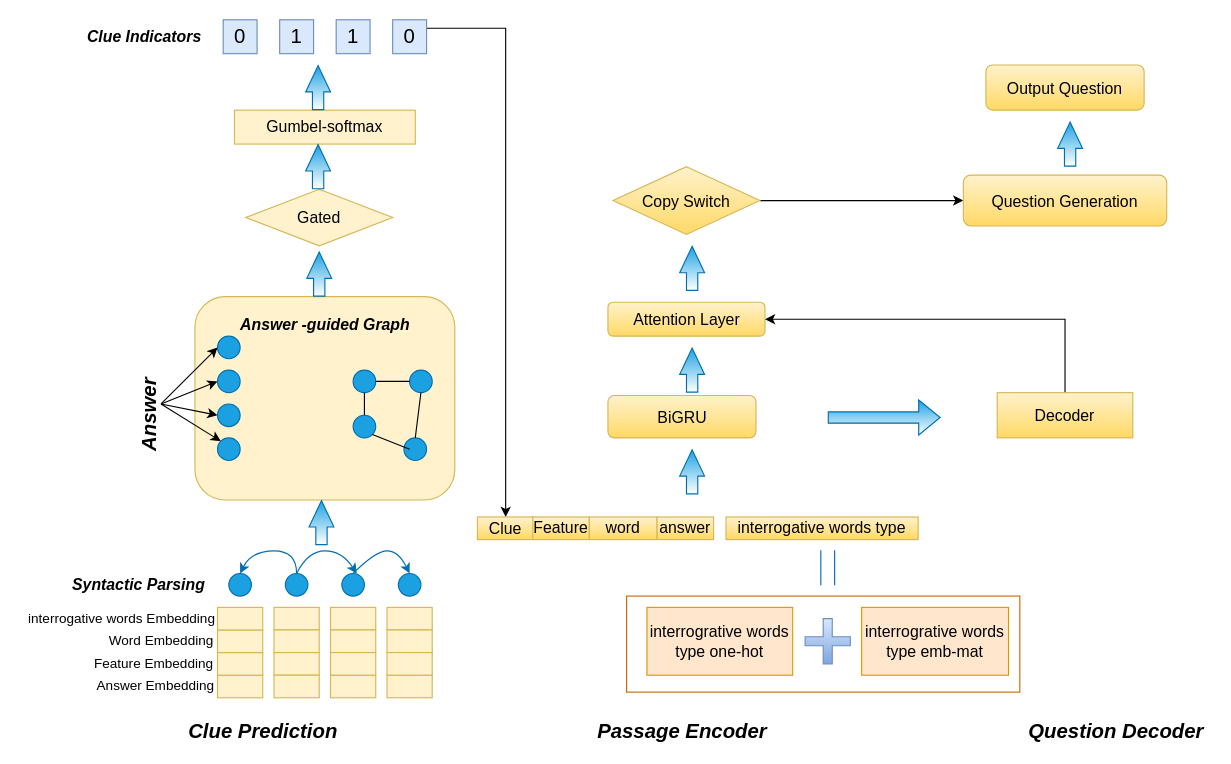
The draw.io diagram Untitled Diagram.drawio in ccut2014/-, before the edit. Source tidied: cells renumbered, new cells numbered last; positions are measured from the earlier drawing's top-left corner, leaving out a move shared by most shapes. Both pictures are drawn from the tidied source at 113%, with x=0, y=0 at pixel (19, 19).
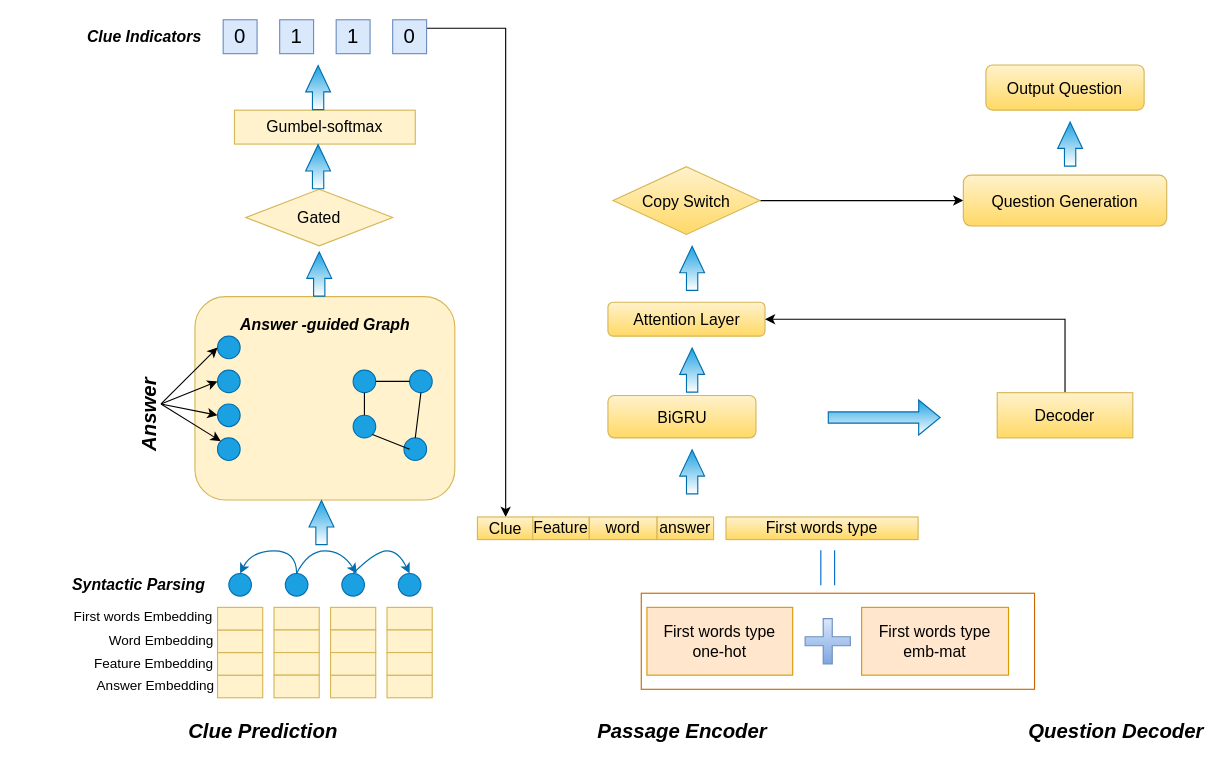
The same diagram, later.

The edit, as a diff of the source:
```diff
@@
-    <mxCell id="38" value="interrogative words Embedding" style="text;html=1;align=center;verticalAlign=middle;strokeColor=none;fillColor=none;" parent="1" vertex="1">
-      <mxGeometry y="520" width="180" height="20" as="geometry" />
+    <mxCell id="38" value="First words Embedding" style="text;html=1;align=center;verticalAlign=middle;strokeColor=none;fillColor=none;" parent="1" vertex="1">
+      <mxGeometry x="42" y="520" width="133" height="18" as="geometry" />
     </mxCell>
@@
-    <mxCell id="61" value="interrogative words type" style="rounded=0;whiteSpace=wrap;html=1;fontFamily=Helvetica;fontSize=14;fillColor=#fff2cc;strokeColor=#d6b656;gradientColor=#ffd966;" parent="1" vertex="1">
+    <mxCell id="61" value="First words type" style="rounded=0;whiteSpace=wrap;html=1;fontFamily=Helvetica;fontSize=14;fillColor=#fff2cc;strokeColor=#d6b656;gradientColor=#ffd966;" parent="1" vertex="1">
       <mxGeometry x="625" y="440" width="170" height="20" as="geometry" />
     </mxCell>
@@
-    <mxCell id="78" value="interrogrative words type one-hot" style="rounded=0;whiteSpace=wrap;html=1;fontFamily=Helvetica;fontSize=14;fillColor=#ffe6cc;strokeColor=#d79b00;" parent="1" vertex="1">
+    <mxCell id="78" value="First words type one-hot" style="rounded=0;whiteSpace=wrap;html=1;fontFamily=Helvetica;fontSize=14;fillColor=#ffe6cc;strokeColor=#d79b00;" parent="1" vertex="1">
       <mxGeometry x="555" y="520" width="129" height="60" as="geometry" />
     </mxCell>
-    <mxCell id="79" value="&lt;span&gt;interrogrative words type emb-mat&lt;/span&gt;" style="rounded=0;whiteSpace=wrap;html=1;fontFamily=Helvetica;fontSize=14;fillColor=#ffe6cc;strokeColor=#d79b00;" parent="1" vertex="1">
+    <mxCell id="79" value="&lt;span&gt;First words type emb-mat&lt;/span&gt;" style="rounded=0;whiteSpace=wrap;html=1;fontFamily=Helvetica;fontSize=14;fillColor=#ffe6cc;strokeColor=#d79b00;" parent="1" vertex="1">
       <mxGeometry x="745" y="520" width="130" height="60" as="geometry" />
     </mxCell>
@@
     <mxCell id="81" style="rounded=0;whiteSpace=wrap;html=1;fontFamily=Helvetica;fontSize=14;fillColor=none;strokeColor=#CC6600;" parent="1" vertex="1">
-      <mxGeometry x="537" y="510" width="348" height="85" as="geometry" />
+      <mxGeometry x="550" y="507.5" width="348" height="85" as="geometry" />
     </mxCell>
```
